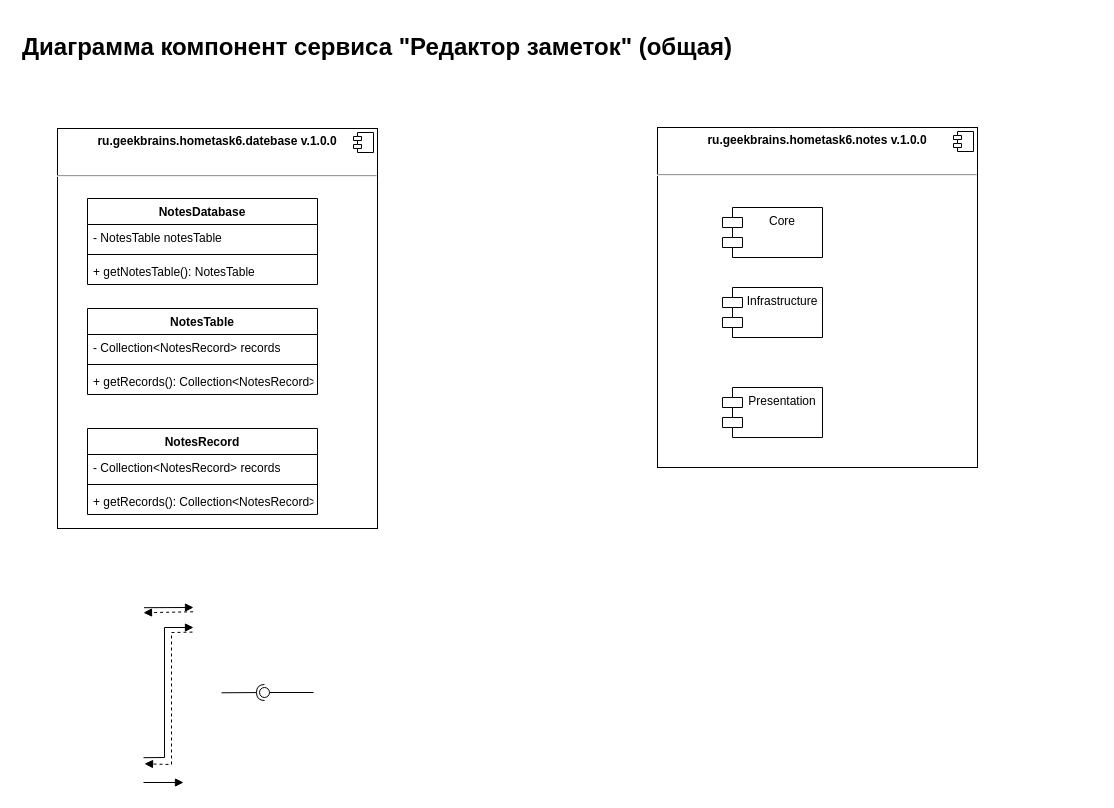
This is Hometask_6/UML_diagram.drawio from ArtVDudkin/Architecture, a draw.io file, before an edit. Source tidied: cells renumbered, new cells numbered last; positions are measured from the earlier drawing's top-left corner, leaving out a move shared by most shapes. Both pictures are drawn from the tidied source at 100%, with x=0, y=0 at pixel (17, 27).
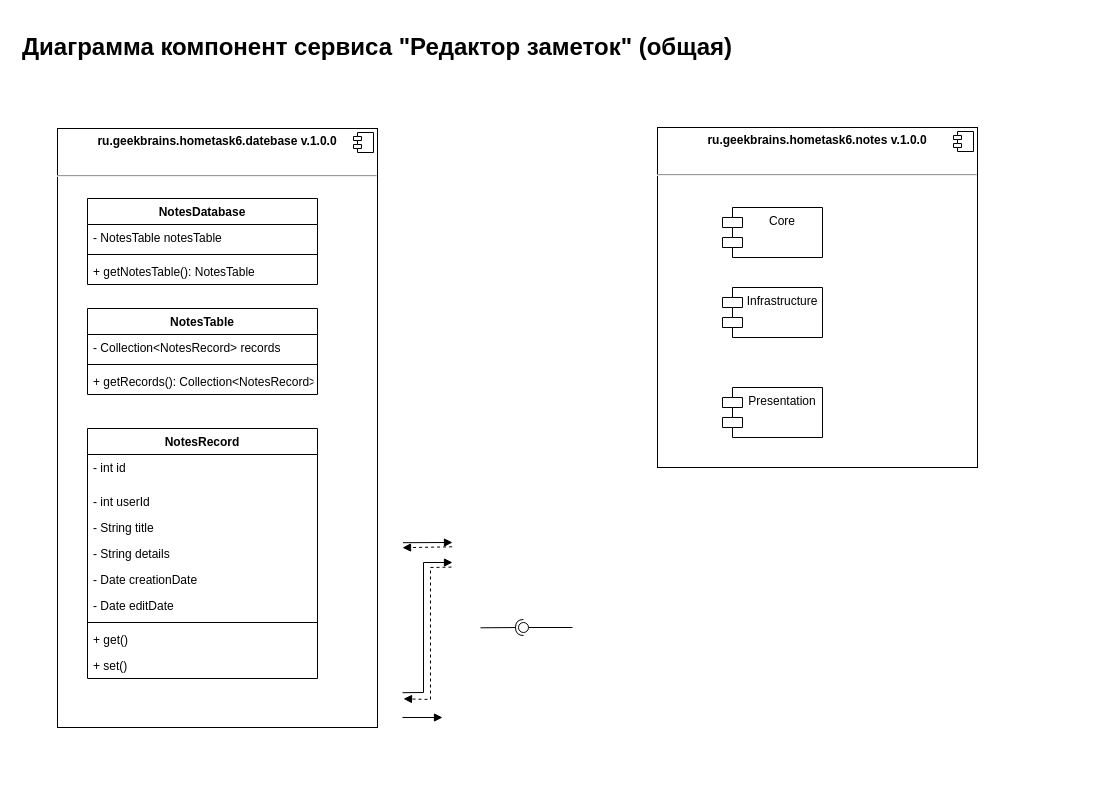
After the change.

Commit message (it also covers changes not shown here):
UML diagram edited

The edit, as a diff of the source:
```diff
@@
     <mxCell id="3" style="html=1;verticalAlign=bottom;endArrow=block;rounded=0;entryX=0;entryY=0;entryDx=0;entryDy=35;entryPerimeter=0;exitX=1;exitY=0.7;exitDx=0;exitDy=0;exitPerimeter=0;" parent="1" edge="1">
       <mxGeometry relative="1" as="geometry">
-        <mxPoint x="126" y="755" as="sourcePoint" />
-        <mxPoint x="166" y="755" as="targetPoint" />
+        <mxPoint x="385" y="690" as="sourcePoint" />
+        <mxPoint x="425" y="690" as="targetPoint" />
       </mxGeometry>
     </mxCell>
     <mxCell id="4" style="html=1;verticalAlign=bottom;endArrow=block;rounded=0;entryX=0;entryY=0;entryDx=0;entryDy=15;exitX=1.004;exitY=0.304;exitDx=0;exitDy=0;entryPerimeter=0;exitPerimeter=0;" parent="1" edge="1">
       <mxGeometry relative="1" as="geometry">
-        <mxPoint x="126.5" y="580.2" as="sourcePoint" />
-        <mxPoint x="176" y="580" as="targetPoint" />
+        <mxPoint x="385.5" y="515.2" as="sourcePoint" />
+        <mxPoint x="435" y="515" as="targetPoint" />
       </mxGeometry>
     </mxCell>
     <mxCell id="5" style="html=1;verticalAlign=bottom;endArrow=block;rounded=0;entryX=0;entryY=0;entryDx=0;entryDy=35;exitX=1.004;exitY=0.304;exitDx=0;exitDy=0;entryPerimeter=0;exitPerimeter=0;" parent="1" edge="1">
       <mxGeometry relative="1" as="geometry">
-        <mxPoint x="126" y="730.2" as="sourcePoint" />
-        <mxPoint x="176" y="600" as="targetPoint" />
+        <mxPoint x="385" y="665.2" as="sourcePoint" />
+        <mxPoint x="435" y="535" as="targetPoint" />
         <Array as="points">
-          <mxPoint x="147" y="730" />
-          <mxPoint x="147" y="600" />
+          <mxPoint x="406" y="665" />
+          <mxPoint x="406" y="535" />
         </Array>
       </mxGeometry>
     </mxCell>
     <mxCell id="6" style="html=1;verticalAlign=bottom;endArrow=block;rounded=0;entryX=1.008;entryY=0.327;entryDx=0;entryDy=0;exitX=-0.01;exitY=0.793;exitDx=0;exitDy=0;entryPerimeter=0;exitPerimeter=0;dashed=1;" parent="1" edge="1">
       <mxGeometry relative="1" as="geometry">
-        <mxPoint x="175" y="604.6" as="sourcePoint" />
-        <mxPoint x="127" y="736.3" as="targetPoint" />
+        <mxPoint x="434" y="539.6" as="sourcePoint" />
+        <mxPoint x="386" y="671.3" as="targetPoint" />
         <Array as="points">
-          <mxPoint x="154" y="605" />
-          <mxPoint x="154" y="737" />
+          <mxPoint x="413" y="540" />
+          <mxPoint x="413" y="672" />
         </Array>
       </mxGeometry>
     </mxCell>
     <mxCell id="7" style="html=1;verticalAlign=bottom;endArrow=block;rounded=0;entryX=1;entryY=0.404;entryDx=0;entryDy=0;exitX=-0.004;exitY=0.386;exitDx=0;exitDy=0;entryPerimeter=0;exitPerimeter=0;dashed=1;" parent="1" edge="1">
       <mxGeometry relative="1" as="geometry">
-        <mxPoint x="175.6" y="584.3" as="sourcePoint" />
-        <mxPoint x="126" y="585.2" as="targetPoint" />
+        <mxPoint x="434.6" y="519.3" as="sourcePoint" />
+        <mxPoint x="385" y="520.2" as="targetPoint" />
       </mxGeometry>
     </mxCell>
     <mxCell id="8" value="&lt;p style=&quot;margin:0px;margin-top:6px;text-align:center;&quot;&gt;&lt;b&gt;ru.geekbrains.hometask6.datebase v.1.0.0&lt;/b&gt;&lt;/p&gt;&lt;p style=&quot;margin:0px;margin-top:6px;text-align:center;&quot;&gt;&lt;b&gt;&lt;br&gt;&lt;/b&gt;&lt;/p&gt;&lt;hr&gt;&lt;p style=&quot;margin:0px;margin-left:8px;&quot;&gt;&lt;br&gt;&lt;/p&gt;" style="align=left;overflow=fill;html=1;" parent="1" vertex="1">
-      <mxGeometry x="40" y="101" width="320" height="400" as="geometry" />
+      <mxGeometry x="40" y="101" width="320" height="599" as="geometry" />
     </mxCell>
@@
     <mxCell id="23" value="NotesRecord" style="swimlane;fontStyle=1;align=center;verticalAlign=top;horizontal=1;startSize=26;" parent="1" vertex="1">
-      <mxGeometry x="70" y="401" width="230" height="86" as="geometry" />
+      <mxGeometry x="70" y="401" width="230" height="250" as="geometry" />
     </mxCell>
-    <mxCell id="24" value="- Collection&lt;NotesRecord&gt; records" style="text;strokeColor=none;fillColor=none;align=left;verticalAlign=top;spacingLeft=4;spacingRight=4;overflow=hidden;" parent="23" vertex="1">
-      <mxGeometry y="26" width="230" height="26" as="geometry" />
+    <mxCell id="24" value="- int id" style="text;strokeColor=none;fillColor=none;align=left;verticalAlign=top;spacingLeft=4;spacingRight=4;overflow=hidden;" parent="23" vertex="1">
+      <mxGeometry y="26" width="230" height="34" as="geometry" />
     </mxCell>
+    <mxCell id="30" value="- int userId" style="text;strokeColor=none;fillColor=none;align=left;verticalAlign=top;spacingLeft=4;spacingRight=4;overflow=hidden;" parent="23" vertex="1">
+      <mxGeometry y="60" width="230" height="26" as="geometry" />
+    </mxCell>
+    <mxCell id="26" value="- String title" style="text;strokeColor=none;fillColor=none;align=left;verticalAlign=top;spacingLeft=4;spacingRight=4;overflow=hidden;" parent="23" vertex="1">
+      <mxGeometry y="86" width="230" height="26" as="geometry" />
+    </mxCell>
+    <mxCell id="31" value="- String details" style="text;strokeColor=none;fillColor=none;align=left;verticalAlign=top;spacingLeft=4;spacingRight=4;overflow=hidden;" parent="23" vertex="1">
+      <mxGeometry y="112" width="230" height="26" as="geometry" />
+    </mxCell>
+    <mxCell id="32" value="- Date creationDate" style="text;strokeColor=none;fillColor=none;align=left;verticalAlign=top;spacingLeft=4;spacingRight=4;overflow=hidden;" parent="23" vertex="1">
+      <mxGeometry y="138" width="230" height="26" as="geometry" />
+    </mxCell>
+    <mxCell id="33" value="- Date editDate" style="text;strokeColor=none;fillColor=none;align=left;verticalAlign=top;spacingLeft=4;spacingRight=4;overflow=hidden;" parent="23" vertex="1">
+      <mxGeometry y="164" width="230" height="26" as="geometry" />
+    </mxCell>
     <mxCell id="25" style="line;strokeWidth=1;fillColor=none;align=left;verticalAlign=middle;spacingTop=-1;spacingLeft=3;spacingRight=3;labelPosition=right;strokeColor=inherit;" parent="23" vertex="1">
-      <mxGeometry y="52" width="230" height="8" as="geometry" />
+      <mxGeometry y="190" width="230" height="8" as="geometry" />
     </mxCell>
-    <mxCell id="26" value="+ getRecords(): Collection&lt;NotesRecord&gt;" style="text;strokeColor=none;fillColor=none;align=left;verticalAlign=top;spacingLeft=4;spacingRight=4;overflow=hidden;" parent="23" vertex="1">
-      <mxGeometry y="60" width="230" height="26" as="geometry" />
-    </mxCell>
+    <mxCell id="34" value="+ get()" style="text;strokeColor=none;fillColor=none;align=left;verticalAlign=top;spacingLeft=4;spacingRight=4;overflow=hidden;" parent="23" vertex="1">
+      <mxGeometry y="198" width="230" height="26" as="geometry" />
+    </mxCell>
+    <mxCell id="35" value="+ set()" style="text;strokeColor=none;fillColor=none;align=left;verticalAlign=top;spacingLeft=4;spacingRight=4;overflow=hidden;" parent="23" vertex="1">
+      <mxGeometry y="224" width="230" height="26" as="geometry" />
+    </mxCell>
     <mxCell id="27" style="rounded=0;jettySize=auto;html=1;endArrow=none;endFill=0;sketch=0;sourcePerimeterSpacing=0;targetPerimeterSpacing=0;exitX=0;exitY=0;exitDx=0;exitDy=15;exitPerimeter=0;" parent="1" edge="1" target="29">
       <mxGeometry relative="1" as="geometry">
-        <mxPoint x="296" y="665" as="sourcePoint" />
+        <mxPoint x="555" y="600" as="sourcePoint" />
       </mxGeometry>
     </mxCell>
     <mxCell id="28" style="rounded=0;jettySize=auto;html=1;endArrow=halfCircle;endFill=0;entryX=0.5;entryY=0.5;endSize=6;strokeWidth=1;sketch=0;exitX=0.992;exitY=0.307;exitDx=0;exitDy=0;exitPerimeter=0;" parent="1" edge="1" target="29">
       <mxGeometry relative="1" as="geometry">
-        <mxPoint x="204" y="665.3" as="sourcePoint" />
+        <mxPoint x="463" y="600.3" as="sourcePoint" />
       </mxGeometry>
     </mxCell>
     <mxCell id="29" style="ellipse;whiteSpace=wrap;html=1;align=center;points=[];outlineConnect=0;sketch=0;" parent="1" vertex="1">
-      <mxGeometry x="242" y="660" width="10" height="10" as="geometry" />
+      <mxGeometry x="501" y="595" width="10" height="10" as="geometry" />
     </mxCell>
```
